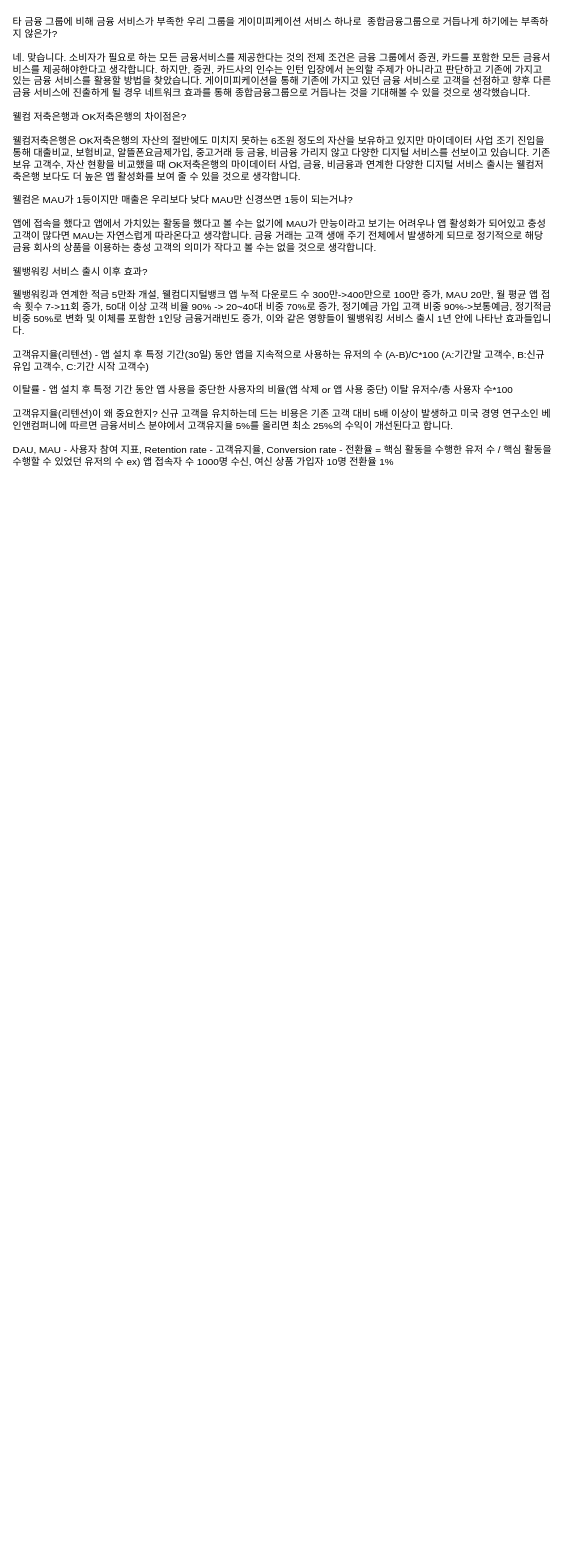
Jung-YongJin/flow-chart keeps this draw.io diagram as QnA.drawio. Above is the earlier version. Source tidied: cells renumbered, new cells numbered last; positions are measured from the earlier drawing's top-left corner, leaving out a move shared by most shapes. Both pictures are drawn from the tidied source at 66%, with x=0, y=0 at pixel (11, 11).
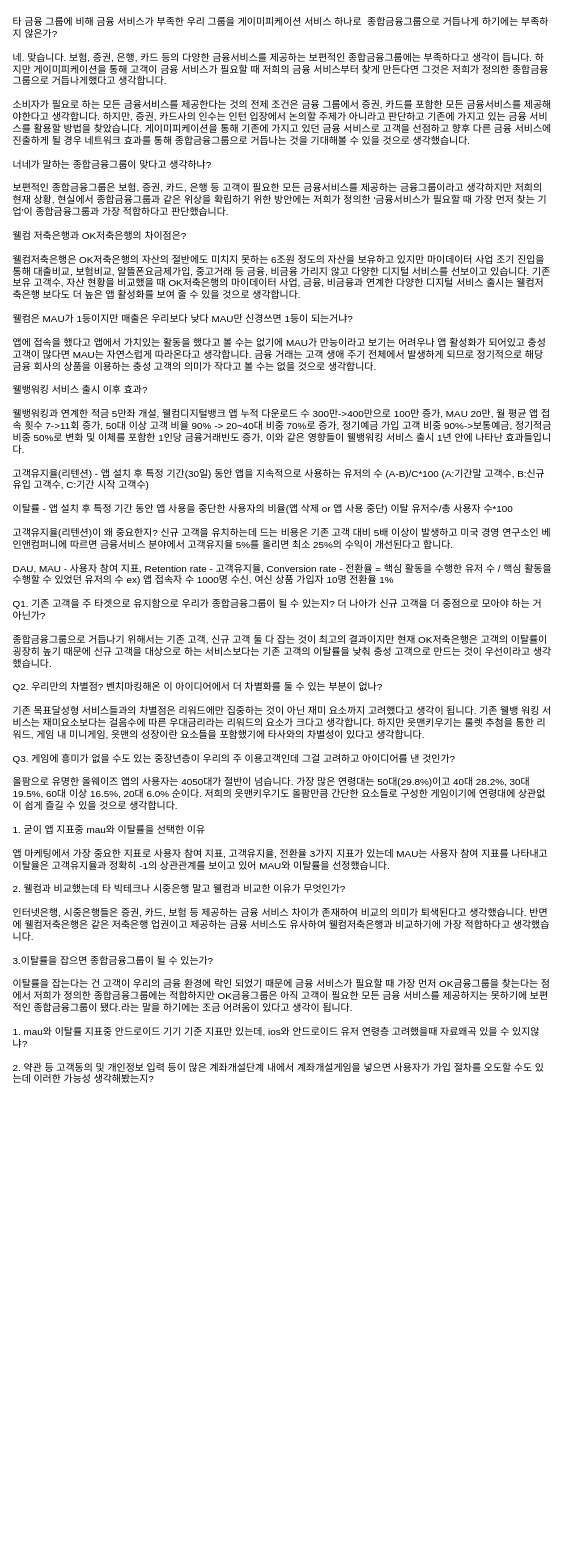
After the change.

The edit, as a diff of the source:
```diff
@@
 <mxGraphModel>
   <root>
     <mxCell id="0" />
     <mxCell id="1" parent="0" />
-    <mxCell id="2" value="타 금융 그룹에 비해 금융 서비스가 부족한 우리 그룹을 게이미피케이션 서비스 하나로  종합금융그룹으로 거듭나게 하기에는 부족하지 않은가?&#10;&#10;네. 맞습니다. 소비자가 필요로 하는 모든 금융서비스를 제공한다는 것의 전제 조건은 금융 그룹에서 증권, 카드를 포함한 모든 금융서비스를 제공해야한다고 생각합니다. 하지만, 증권, 카드사의 인수는 인턴 입장에서 논의할 주제가 아니라고 판단하고 기존에 가지고 있는 금융 서비스를 활용할 방법을 찾았습니다. 게이미피케이션을 통해 기존에 가지고 있던 금융 서비스로 고객을 선점하고 향후 다른 금융 서비스에 진출하게 될 경우 네트워크 효과를 통해 종합금융그룹으로 거듭나는 것을 기대해볼 수 있을 것으로 생각했습니다.&#10;&#10;웰컴 저축은행과 OK저축은행의 차이점은?&#10;&#10;웰컴저축은행은 OK저축은행의 자산의 절반에도 미치지 못하는 6조원 정도의 자산을 보유하고 있지만 마이데이터 사업 조기 진입을 통해 대출비교, 보험비교, 알뜰폰요금제가입, 중고거래 등 금융, 비금융 가리지 않고 다양한 디지털 서비스를 선보이고 있습니다. 기존 보유 고객수, 자산 현황을 비교했을 때 OK저축은행의 마이데이터 사업, 금융, 비금융과 연계한 다양한 디지털 서비스 출시는 웰컴저축은행 보다도 더 높은 앱 활성화를 보여 줄 수 있을 것으로 생각합니다.&#10;&#10;웰컴은 MAU가 1등이지만 매출은 우리보다 낮다 MAU만 신경쓰면 1등이 되는거냐?&#10;&#10;앱에 접속을 했다고 앱에서 가치있는 활동을 했다고 볼 수는 없기에 MAU가 만능이라고 보기는 어려우나 앱 활성화가 되어있고 충성 고객이 많다면 MAU는 자연스럽게 따라온다고 생각합니다. 금융 거래는 고객 생애 주기 전체에서 발생하게 되므로 정기적으로 해당 금융 회사의 상품을 이용하는 충성 고객의 의미가 작다고 볼 수는 없을 것으로 생각합니다.&#10;&#10;웰뱅워킹 서비스 출시 이후 효과?&#10;&#10;웰뱅워킹과 연계한 적금 5만좌 개설, 웰컴디지털뱅크 앱 누적 다운로드 수 300만-&gt;400만으로 100만 증가, MAU 20만, 월 평균 앱 접속 횟수 7-&gt;11회 증가, 50대 이상 고객 비율 90% -&gt; 20~40대 비중 70%로 증가, 정기예금 가입 고객 비중 90%-&gt;보통예금, 정기적금 비중 50%로 변화 및 이체를 포함한 1인당 금융거래빈도 증가, 이와 같은 영향들이 웰뱅워킹 서비스 출시 1년 안에 나타난 효과들입니다.&#10;&#10;고객유지율(리텐션) - 앱 설치 후 특정 기간(30일) 동안 앱을 지속적으로 사용하는 유저의 수 (A-B)/C*100 (A:기간말 고객수, B:신규 유입 고객수, C:기간 시작 고객수)&#10;&#10;이탈률 - 앱 설치 후 특정 기간 동안 앱 사용을 중단한 사용자의 비율(앱 삭제 or 앱 사용 중단) 이탈 유저수/총 사용자 수*100&#10;&#10;고객유지율(리텐션)이 왜 중요한지? 신규 고객을 유치하는데 드는 비용은 기존 고객 대비 5배 이상이 발생하고 미국 경영 연구소인 베인앤컴퍼니에 따르면 금융서비스 분야에서 고객유지율 5%를 올리면 최소 25%의 수익이 개선된다고 합니다.  &#10;&#10;DAU, MAU - 사용자 참여 지표, Retention rate - 고객유지율, Conversion rate - 전환율 = 핵심 활동을 수행한 유저 수 / 핵심 활동을 수행할 수 있었던 유저의 수 ex) 앱 접속자 수 1000명 수신, 여신 상품 가입자 10명 전환율 1%&#10;&#10;" style="text;whiteSpace=wrap;fontSize=15;" parent="1" vertex="1">
-      <mxGeometry width="820" height="1168" as="geometry" />
+    <mxCell id="2" value="타 금융 그룹에 비해 금융 서비스가 부족한 우리 그룹을 게이미피케이션 서비스 하나로  종합금융그룹으로 거듭나게 하기에는 부족하지 않은가?&#10;&#10;네. 맞습니다. 보험, 증권, 은행, 카드 등의 다양한 금융서비스를 제공하는 보편적인 종합금융그룹에는 부족하다고 생각이 듭니다. 하지만 게이미피케이션을 통해 고객이 금융 서비스가 필요할 때 저희의 금융 서비스부터 찾게 만든다면 그것은 저희가 정의한 종합금융그룹으로 거듭나게했다고 생각합니다.&#10;&#10;소비자가 필요로 하는 모든 금융서비스를 제공한다는 것의 전제 조건은 금융 그룹에서 증권, 카드를 포함한 모든 금융서비스를 제공해야한다고 생각합니다. 하지만, 증권, 카드사의 인수는 인턴 입장에서 논의할 주제가 아니라고 판단하고 기존에 가지고 있는 금융 서비스를 활용할 방법을 찾았습니다. 게이미피케이션을 통해 기존에 가지고 있던 금융 서비스로 고객을 선점하고 향후 다른 금융 서비스에 진출하게 될 경우 네트워크 효과를 통해 종합금융그룹으로 거듭나는 것을 기대해볼 수 있을 것으로 생각했습니다.&#10;&#10;너네가 말하는 종합금융그룹이 맞다고 생각하냐?&#10;&#10;보편적인 종합금융그룹은 보험, 증권, 카드, 은행 등 고객이 필요한 모든 금융서비스를 제공하는 금융그룹이라고 생각하지만 저희의 현재 상황, 현실에서 종합금융그룹과 같은 위상을 확립하기 위한 방안에는 저희가 정의한 '금융서비스가 필요할 때 가장 먼저 찾는 기업'이 종합금융그룹과 가장 적합하다고 판단했습니다.&#10;&#10;웰컴 저축은행과 OK저축은행의 차이점은?&#10;&#10;웰컴저축은행은 OK저축은행의 자산의 절반에도 미치지 못하는 6조원 정도의 자산을 보유하고 있지만 마이데이터 사업 조기 진입을 통해 대출비교, 보험비교, 알뜰폰요금제가입, 중고거래 등 금융, 비금융 가리지 않고 다양한 디지털 서비스를 선보이고 있습니다. 기존 보유 고객수, 자산 현황을 비교했을 때 OK저축은행의 마이데이터 사업, 금융, 비금융과 연계한 다양한 디지털 서비스 출시는 웰컴저축은행 보다도 더 높은 앱 활성화를 보여 줄 수 있을 것으로 생각합니다.&#10;&#10;웰컴은 MAU가 1등이지만 매출은 우리보다 낮다 MAU만 신경쓰면 1등이 되는거냐?&#10;&#10;앱에 접속을 했다고 앱에서 가치있는 활동을 했다고 볼 수는 없기에 MAU가 만능이라고 보기는 어려우나 앱 활성화가 되어있고 충성 고객이 많다면 MAU는 자연스럽게 따라온다고 생각합니다. 금융 거래는 고객 생애 주기 전체에서 발생하게 되므로 정기적으로 해당 금융 회사의 상품을 이용하는 충성 고객의 의미가 작다고 볼 수는 없을 것으로 생각합니다.&#10;&#10;웰뱅워킹 서비스 출시 이후 효과?&#10;&#10;웰뱅워킹과 연계한 적금 5만좌 개설, 웰컴디지털뱅크 앱 누적 다운로드 수 300만-&gt;400만으로 100만 증가, MAU 20만, 월 평균 앱 접속 횟수 7-&gt;11회 증가, 50대 이상 고객 비율 90% -&gt; 20~40대 비중 70%로 증가, 정기예금 가입 고객 비중 90%-&gt;보통예금, 정기적금 비중 50%로 변화 및 이체를 포함한 1인당 금융거래빈도 증가, 이와 같은 영향들이 웰뱅워킹 서비스 출시 1년 안에 나타난 효과들입니다.&#10;&#10;고객유지율(리텐션) - 앱 설치 후 특정 기간(30일) 동안 앱을 지속적으로 사용하는 유저의 수 (A-B)/C*100 (A:기간말 고객수, B:신규 유입 고객수, C:기간 시작 고객수)&#10;&#10;이탈률 - 앱 설치 후 특정 기간 동안 앱 사용을 중단한 사용자의 비율(앱 삭제 or 앱 사용 중단) 이탈 유저수/총 사용자 수*100&#10;&#10;고객유지율(리텐션)이 왜 중요한지? 신규 고객을 유치하는데 드는 비용은 기존 고객 대비 5배 이상이 발생하고 미국 경영 연구소인 베인앤컴퍼니에 따르면 금융서비스 분야에서 고객유지율 5%를 올리면 최소 25%의 수익이 개선된다고 합니다.  &#10;&#10;DAU, MAU - 사용자 참여 지표, Retention rate - 고객유지율, Conversion rate - 전환율 = 핵심 활동을 수행한 유저 수 / 핵심 활동을 수행할 수 있었던 유저의 수 ex) 앱 접속자 수 1000명 수신, 여신 상품 가입자 10명 전환율 1%&#10;&#10;Q1. 기존 고객을 주 타겟으로 유지함으로 우리가 종합금융그룹이 될 수 있는지? 더 나아가 신규 고객을 더 중점으로 모아야 하는 거 아닌가? &#10;&#10;종합금융그룹으로 거듭나기 위해서는 기존 고객, 신규 고객 둘 다 잡는 것이 최고의 결과이지만 현재 OK저축은행은 고객의 이탈률이 굉장히 높기 때문에 신규 고객을 대상으로 하는 서비스보다는 기존 고객의 이탈률을 낮춰 충성 고객으로 만드는 것이 우선이라고 생각했습니다.&#10;&#10;Q2. 우리만의 차별점? 벤치마킹해온 이 아이디어에서 더 차별화를 둘 수 있는 부분이 없나? &#10;&#10;기존 목표달성형 서비스들과의 차별점은 리워드에만 집중하는 것이 아닌 재미 요소까지 고려했다고 생각이 됩니다. 기존 웰뱅 워킹 서비스는 재미요소보다는 걸음수에 따른 우대금리라는 리워드의 요소가 크다고 생각합니다. 하지만 읏맨키우기는 룰렛 추첨을 통한 리워드, 게임 내 미니게임, 읏맨의 성장이란 요소들을 포함했기에 타사와의 차별성이 있다고 생각합니다.&#10;&#10;Q3. 게임에 흥미가 없을 수도 있는 중장년층이 우리의 주 이용고객인데 그걸 고려하고 아이디어를 낸 것인가? &#10;&#10;올팜으로 유명한 올웨이즈 앱의 사용자는 4050대가 절반이 넘습니다. 가장 많은 연령대는 50대(29.8%)이고 40대 28.2%, 30대 19.5%, 60대 이상 16.5%, 20대 6.0% 순이다. 저희의 읏맨키우기도 올팜만큼 간단한 요소들로 구성한 게임이기에 연령대에 상관없이 쉽게 즐길 수 있을 것으로 생각합니다.&#10;&#10;1. 굳이 앱 지표중 mau와 이탈률을 선택한 이유&#10;&#10;앱 마케팅에서 가장 중요한 지표로 사용자 참여 지표, 고객유지율, 전환율 3가지 지표가 있는데 MAU는 사용자 참여 지표를 나타내고 이탈율은 고객유지율과 정확히 -1의 상관관계를 보이고 있어 MAU와 이탈률을 선정했습니다.&#10;&#10;2. 웰컴과 비교했는데 타 빅테크나 시중은행 말고 웰컴과 비교한 이유가 무엇인가?&#10;&#10;인터넷은행, 시중은행들은 증권, 카드, 보험 등 제공하는 금융 서비스 차이가 존재하여 비교의 의미가 퇴색된다고 생각했습니다. 반면에 웰컴저축은행은 같은 저축은행 업권이고 제공하는 금융 서비스도 유사하여 웰컴저축은행과 비교하기에 가장 적합하다고 생각했습니다.&#10;&#10;3.이탈률을 잡으면 종합금융그룹이 될 수 있는가?&#10;&#10;이탈률을 잡는다는 건 고객이 우리의 금융 환경에 락인 되었기 때문에 금융 서비스가 필요할 때 가장 먼저 OK금융그룹을 찾는다는 점에서 저희가 정의한 종합금융그룹에는 적합하지만 OK금융그룹은 아직 고객이 필요한 모든 금융 서비스를 제공하지는 못하기에 보편적인 종합금융그룹이 됐다.라는 말을 하기에는 조금 어려움이 있다고 생각이 됩니다. &#10;&#10;1. mau와 이탈률 지표중 안드로이드 기기 기준 지표만 있는데, ios와 안드로이드 유저 연령층 고려했을때 자료왜곡 있을 수 있지않냐?&#10;&#10;2. 약관 등 고객동의 및 개인정보 입력 등이 많은 계좌개설단계 내에서 계좌개설게임을 넣으면 사용자가 가입 절차를 오도할 수도 있는데 이러한 가능성 생각해봤는지?&#10;" style="text;whiteSpace=wrap;fontSize=15;" parent="1" vertex="1">
+      <mxGeometry width="820" height="2338" as="geometry" />
     </mxCell>
   </root>
 </mxGraphModel>
```
